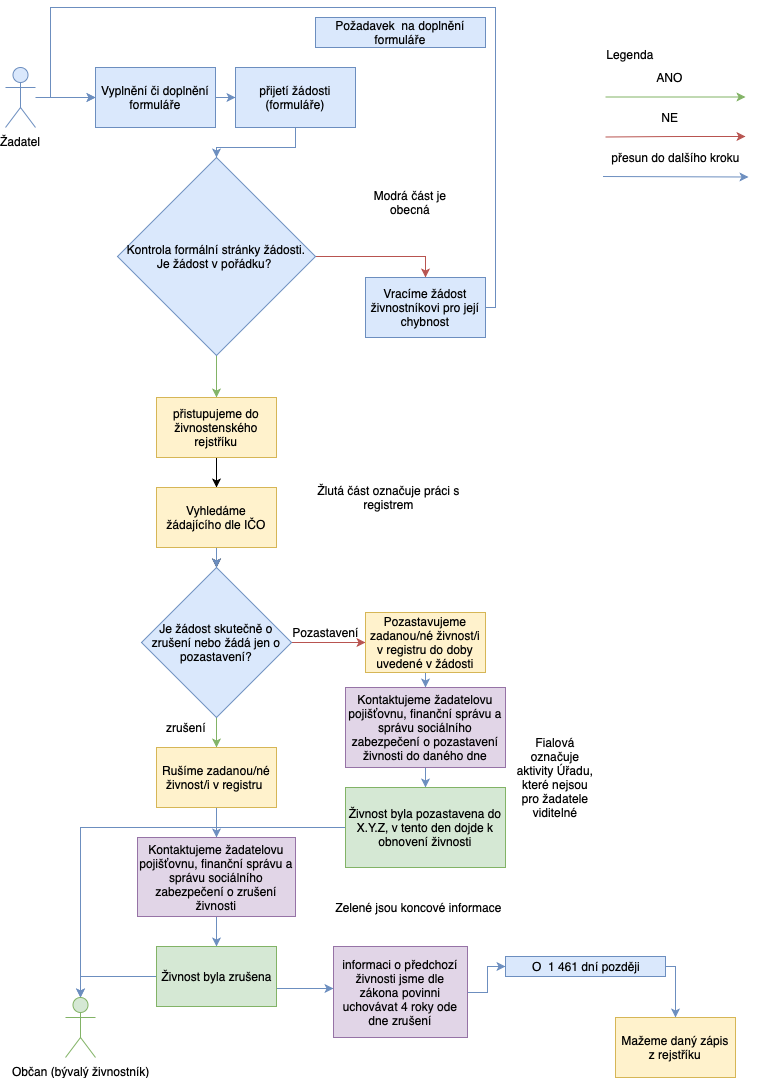
The draw.io diagram rušení zápisu v rejstříku na žádost živnostníka.png in ridlees/Zivnostensky_urad, before a commit. Source tidied: cells renumbered, new cells last; positions are measured from the earlier drawing's top-left corner, leaving out a move shared by most shapes. Its diagram source:
```xml
<mxGraphModel>
  <root>
    <mxCell id="0" />
    <mxCell id="1" parent="0" />
    <mxCell id="2" style="edgeStyle=orthogonalEdgeStyle;rounded=0;jettySize=auto;html=1;fillColor=#dae8fc;strokeColor=#6c8ebf;" parent="1" edge="1" source="3" target="6">
      <mxGeometry relative="1" as="geometry" />
    </mxCell>
    <mxCell id="3" value="přijetí žádosti (formuláře)" style="rounded=0;whiteSpace=wrap;html=1;fillColor=#dae8fc;strokeColor=#6c8ebf;" parent="1" vertex="1">
      <mxGeometry x="230" y="60" width="120" height="60" as="geometry" />
    </mxCell>
    <mxCell id="4" style="edgeStyle=orthogonalEdgeStyle;rounded=0;jettySize=auto;html=1;entryX=0.5;entryY=0;entryDx=0;entryDy=0;fillColor=#f8cecc;strokeColor=#b85450;" parent="1" edge="1" source="6" target="8">
      <mxGeometry relative="1" as="geometry" />
    </mxCell>
    <mxCell id="5" style="edgeStyle=orthogonalEdgeStyle;rounded=0;jettySize=auto;html=1;fillColor=#d5e8d4;strokeColor=#82b366;" parent="1" edge="1" source="6" target="13">
      <mxGeometry relative="1" as="geometry" />
    </mxCell>
    <mxCell id="6" value="Kontrola formální stránky žádosti. Je žádost v pořádku?&amp;nbsp;" style="rhombus;whiteSpace=wrap;html=1;fillColor=#dae8fc;strokeColor=#6c8ebf;" parent="1" vertex="1">
      <mxGeometry x="112" y="150" width="198" height="198" as="geometry" />
    </mxCell>
    <mxCell id="7" style="edgeStyle=orthogonalEdgeStyle;rounded=0;jettySize=auto;html=1;entryX=0;entryY=0.5;entryDx=0;entryDy=0;fillColor=#dae8fc;strokeColor=#6c8ebf;" parent="1" edge="1" source="8" target="42">
      <mxGeometry relative="1" as="geometry">
        <Array as="points">
          <mxPoint x="490" y="300" />
          <mxPoint x="490" />
          <mxPoint x="45" />
          <mxPoint x="45" y="90" />
        </Array>
      </mxGeometry>
    </mxCell>
    <mxCell id="8" value="Vracíme žádost živnostníkovi pro její chybnost" style="rounded=0;whiteSpace=wrap;html=1;fillColor=#dae8fc;strokeColor=#6c8ebf;" parent="1" vertex="1">
      <mxGeometry x="360" y="270" width="120" height="60" as="geometry" />
    </mxCell>
    <mxCell id="9" style="edgeStyle=orthogonalEdgeStyle;rounded=0;jettySize=auto;html=1;entryX=1;entryY=0.5;entryDx=0;entryDy=0;fillColor=#f8cecc;strokeColor=#b85450;" parent="1" edge="1" source="11" target="18">
      <mxGeometry relative="1" as="geometry" />
    </mxCell>
    <mxCell id="10" style="edgeStyle=orthogonalEdgeStyle;rounded=0;jettySize=auto;html=1;fillColor=#d5e8d4;strokeColor=#82b366;" parent="1" edge="1" source="11" target="28">
      <mxGeometry relative="1" as="geometry" />
    </mxCell>
    <mxCell id="11" value="Je žádost skutečně o zrušení nebo žádá jen o pozastavení?" style="rhombus;whiteSpace=wrap;html=1;direction=south;fillColor=#dae8fc;strokeColor=#6c8ebf;" parent="1" vertex="1">
      <mxGeometry x="136" y="560" width="150" height="150" as="geometry" />
    </mxCell>
    <mxCell id="12" style="edgeStyle=orthogonalEdgeStyle;rounded=0;jettySize=auto;html=1;" parent="1" edge="1" source="13" target="16">
      <mxGeometry relative="1" as="geometry" />
    </mxCell>
    <mxCell id="13" value="přistupujeme do živnostenského rejstříku" style="rounded=0;whiteSpace=wrap;html=1;fillColor=#fff2cc;strokeColor=#d6b656;" parent="1" vertex="1">
      <mxGeometry x="151" y="390" width="120" height="60" as="geometry" />
    </mxCell>
    <mxCell id="14" style="edgeStyle=orthogonalEdgeStyle;rounded=0;jettySize=auto;html=1;" parent="1" edge="1" source="16" target="11">
      <mxGeometry relative="1" as="geometry" />
    </mxCell>
    <mxCell id="15" style="edgeStyle=orthogonalEdgeStyle;rounded=0;jettySize=auto;html=1;fillColor=#dae8fc;strokeColor=#6c8ebf;" parent="1" edge="1" source="16" target="11">
      <mxGeometry relative="1" as="geometry" />
    </mxCell>
    <mxCell id="16" value="Vyhledáme žádajícího&amp;nbsp;dle IČO" style="rounded=0;whiteSpace=wrap;html=1;fillColor=#fff2cc;strokeColor=#d6b656;" parent="1" vertex="1">
      <mxGeometry x="151" y="480" width="120" height="60" as="geometry" />
    </mxCell>
    <mxCell id="17" style="edgeStyle=orthogonalEdgeStyle;rounded=0;jettySize=auto;html=1;fillColor=#dae8fc;strokeColor=#6c8ebf;" parent="1" edge="1" source="18" target="20">
      <mxGeometry relative="1" as="geometry" />
    </mxCell>
    <mxCell id="18" value="Pozastavujeme zadanou/né živnost/i v registru do doby uvedené v žádosti" style="rounded=0;whiteSpace=wrap;html=1;direction=west;fillColor=#fff2cc;strokeColor=#d6b656;" parent="1" vertex="1">
      <mxGeometry x="360" y="605" width="120" height="60" as="geometry" />
    </mxCell>
    <mxCell id="19" style="edgeStyle=orthogonalEdgeStyle;rounded=0;jettySize=auto;html=1;fillColor=#dae8fc;strokeColor=#6c8ebf;" parent="1" edge="1" source="20" target="24">
      <mxGeometry relative="1" as="geometry" />
    </mxCell>
    <mxCell id="20" value="Kontaktujeme žadatelovu pojišťovnu, finanční správu a správu sociálního zabezpečení o pozastavení živnosti do daného dne" style="rounded=0;whiteSpace=wrap;html=1;fillColor=#e1d5e7;strokeColor=#9673a6;" parent="1" vertex="1">
      <mxGeometry x="340" y="680" width="160" height="80" as="geometry" />
    </mxCell>
    <mxCell id="21" style="edgeStyle=orthogonalEdgeStyle;rounded=0;jettySize=auto;html=1;fillColor=#dae8fc;strokeColor=#6c8ebf;" parent="1" edge="1" source="22" target="42">
      <mxGeometry relative="1" as="geometry" />
    </mxCell>
    <mxCell id="22" value="Žadatel" style="shape=umlActor;verticalLabelPosition=bottom;labelBackgroundColor=#ffffff;verticalAlign=top;html=1;outlineConnect=0;fillColor=#dae8fc;strokeColor=#6c8ebf;" parent="1" vertex="1">
      <mxGeometry y="60" width="30" height="60" as="geometry" />
    </mxCell>
    <mxCell id="23" style="edgeStyle=orthogonalEdgeStyle;rounded=0;jettySize=auto;html=1;entryX=0.5;entryY=0;entryDx=0;entryDy=0;entryPerimeter=0;fillColor=#dae8fc;strokeColor=#6c8ebf;" parent="1" edge="1" source="24" target="40">
      <mxGeometry relative="1" as="geometry" />
    </mxCell>
    <mxCell id="24" value="Živnost byla pozastavena do X.Y.Z, v tento den dojde k obnovení živnosti" style="rounded=0;whiteSpace=wrap;html=1;fillColor=#d5e8d4;strokeColor=#82b366;" parent="1" vertex="1">
      <mxGeometry x="340" y="780" width="160" height="80" as="geometry" />
    </mxCell>
    <mxCell id="25" value="Požadavek &amp;nbsp;na doplnění formuláře" style="text;html=1;strokeColor=#6c8ebf;fillColor=#dae8fc;align=center;verticalAlign=middle;whiteSpace=wrap;rounded=0;" parent="1" vertex="1">
      <mxGeometry x="310" y="10" width="170" height="30" as="geometry" />
    </mxCell>
    <mxCell id="26" value="Pozastavení" style="text;html=1;strokeColor=none;fillColor=none;align=center;verticalAlign=middle;whiteSpace=wrap;rounded=0;" parent="1" vertex="1">
      <mxGeometry x="300" y="615" width="40" height="20" as="geometry" />
    </mxCell>
    <mxCell id="27" style="edgeStyle=orthogonalEdgeStyle;rounded=0;jettySize=auto;html=1;fillColor=#dae8fc;strokeColor=#6c8ebf;" parent="1" edge="1" source="28" target="31">
      <mxGeometry relative="1" as="geometry" />
    </mxCell>
    <mxCell id="28" value="Rušíme zadanou/né živnost/i v registru&amp;nbsp;" style="rounded=0;whiteSpace=wrap;html=1;fillColor=#fff2cc;strokeColor=#d6b656;" parent="1" vertex="1">
      <mxGeometry x="151" y="740" width="120" height="60" as="geometry" />
    </mxCell>
    <mxCell id="29" value="zrušení" style="text;html=1;strokeColor=none;fillColor=none;align=center;verticalAlign=middle;whiteSpace=wrap;rounded=0;" parent="1" vertex="1">
      <mxGeometry x="160" y="710" width="40" height="20" as="geometry" />
    </mxCell>
    <mxCell id="30" style="edgeStyle=orthogonalEdgeStyle;rounded=0;jettySize=auto;html=1;fillColor=#dae8fc;strokeColor=#6c8ebf;" parent="1" edge="1" source="31" target="39">
      <mxGeometry relative="1" as="geometry" />
    </mxCell>
    <mxCell id="31" value="&lt;span style=&quot;white-space: normal&quot;&gt;Kontaktujeme žadatelovu pojišťovnu, finanční správu a správu sociálního zabezpečení o zrušení živnosti&lt;/span&gt;" style="rounded=0;whiteSpace=wrap;html=1;fillColor=#e1d5e7;strokeColor=#9673a6;" parent="1" vertex="1">
      <mxGeometry x="132" y="830" width="158" height="79" as="geometry" />
    </mxCell>
    <mxCell id="32" style="edgeStyle=orthogonalEdgeStyle;rounded=0;jettySize=auto;html=1;fillColor=#dae8fc;strokeColor=#6c8ebf;" parent="1" edge="1" source="33" target="36">
      <mxGeometry relative="1" as="geometry" />
    </mxCell>
    <mxCell id="33" value="informaci o předchozí živnosti jsme dle zákona povinni uchovávat 4 roky ode dne zrušení" style="rounded=0;whiteSpace=wrap;html=1;fillColor=#e1d5e7;strokeColor=#9673a6;" parent="1" vertex="1">
      <mxGeometry x="328" y="939" width="134" height="91" as="geometry" />
    </mxCell>
    <mxCell id="34" value="Mažeme daný zápis z rejstříku" style="rounded=0;whiteSpace=wrap;html=1;fillColor=#fff2cc;strokeColor=#d6b656;" parent="1" vertex="1">
      <mxGeometry x="610" y="1010" width="120" height="60" as="geometry" />
    </mxCell>
    <mxCell id="35" style="edgeStyle=orthogonalEdgeStyle;rounded=0;jettySize=auto;html=1;fillColor=#dae8fc;strokeColor=#6c8ebf;" parent="1" edge="1" source="36" target="34">
      <mxGeometry relative="1" as="geometry">
        <Array as="points">
          <mxPoint x="670" y="959" />
        </Array>
      </mxGeometry>
    </mxCell>
    <mxCell id="36" value="O &amp;nbsp;1 461 dní později" style="text;html=1;strokeColor=#6c8ebf;fillColor=#dae8fc;align=center;verticalAlign=middle;whiteSpace=wrap;rounded=0;" parent="1" vertex="1">
      <mxGeometry x="500" y="949" width="160" height="20" as="geometry" />
    </mxCell>
    <mxCell id="37" style="edgeStyle=orthogonalEdgeStyle;rounded=0;jettySize=auto;html=1;fillColor=#dae8fc;strokeColor=#6c8ebf;" parent="1" edge="1" source="39" target="33">
      <mxGeometry relative="1" as="geometry">
        <Array as="points">
          <mxPoint x="300" y="981" />
          <mxPoint x="300" y="981" />
        </Array>
      </mxGeometry>
    </mxCell>
    <mxCell id="38" style="edgeStyle=orthogonalEdgeStyle;rounded=0;jettySize=auto;html=1;entryX=0.5;entryY=0;entryDx=0;entryDy=0;entryPerimeter=0;fillColor=#dae8fc;strokeColor=#6c8ebf;" parent="1" edge="1" source="39" target="40">
      <mxGeometry relative="1" as="geometry" />
    </mxCell>
    <mxCell id="39" value="Živnost byla zrušena" style="rounded=0;whiteSpace=wrap;html=1;fillColor=#d5e8d4;strokeColor=#82b366;" parent="1" vertex="1">
      <mxGeometry x="151" y="939" width="120" height="60" as="geometry" />
    </mxCell>
    <mxCell id="40" value="Občan (bývalý živnostník)" style="shape=umlActor;verticalLabelPosition=bottom;labelBackgroundColor=#ffffff;verticalAlign=top;html=1;outlineConnect=0;fillColor=#d5e8d4;strokeColor=#82b366;" parent="1" vertex="1">
      <mxGeometry x="60" y="990" width="30" height="60" as="geometry" />
    </mxCell>
    <mxCell id="41" style="edgeStyle=orthogonalEdgeStyle;rounded=0;jettySize=auto;html=1;fillColor=#dae8fc;strokeColor=#6c8ebf;" parent="1" edge="1" source="42" target="3">
      <mxGeometry relative="1" as="geometry" />
    </mxCell>
    <mxCell id="42" value="Vyplnění či doplnění formuláře" style="rounded=0;whiteSpace=wrap;html=1;fillColor=#dae8fc;strokeColor=#6c8ebf;" parent="1" vertex="1">
      <mxGeometry x="90" y="60" width="120" height="60" as="geometry" />
    </mxCell>
    <mxCell id="43" value="Modrá část je obecná" style="text;html=1;strokeColor=none;fillColor=none;align=center;verticalAlign=middle;whiteSpace=wrap;rounded=0;" parent="1" vertex="1">
      <mxGeometry x="355" y="170" width="100" height="50" as="geometry" />
    </mxCell>
    <mxCell id="44" value="Žlutá část označuje práci s registrem" style="text;html=1;strokeColor=none;fillColor=none;align=center;verticalAlign=middle;whiteSpace=wrap;rounded=0;" parent="1" vertex="1">
      <mxGeometry x="286" y="440" width="195" height="100" as="geometry" />
    </mxCell>
    <mxCell id="45" value="Fialová označuje aktivity Úřadu, které nejsou pro žadatele viditelné" style="text;html=1;strokeColor=none;fillColor=none;align=center;verticalAlign=middle;whiteSpace=wrap;rounded=0;direction=south;" parent="1" vertex="1">
      <mxGeometry x="510" y="690" width="80" height="160" as="geometry" />
    </mxCell>
    <mxCell id="46" value="Zelené jsou koncové informace" style="text;html=1;strokeColor=none;fillColor=none;align=center;verticalAlign=middle;whiteSpace=wrap;rounded=0;" parent="1" vertex="1">
      <mxGeometry x="290" y="889.5" width="246" height="20" as="geometry" />
    </mxCell>
    <mxCell id="47" style="endArrow=classic;html=1;fillColor=#d5e8d4;strokeColor=#82b366;" parent="1" edge="1">
      <mxGeometry relative="1" as="geometry">
        <mxPoint x="600" y="89.5" as="sourcePoint" />
        <mxPoint x="740" y="89.5" as="targetPoint" />
      </mxGeometry>
    </mxCell>
    <mxCell id="48" style="endArrow=classic;html=1;fillColor=#f8cecc;strokeColor=#b85450;" parent="1" edge="1">
      <mxGeometry relative="1" as="geometry">
        <mxPoint x="600" y="129.5" as="sourcePoint" />
        <mxPoint x="740" y="129" as="targetPoint" />
        <Array as="points">
          <mxPoint x="670" y="129" />
        </Array>
      </mxGeometry>
    </mxCell>
    <mxCell id="49" value="ANO" style="text;html=1;strokeColor=none;fillColor=none;align=center;verticalAlign=middle;whiteSpace=wrap;rounded=0;" parent="1" vertex="1">
      <mxGeometry x="644" y="59.5" width="40" height="20" as="geometry" />
    </mxCell>
    <mxCell id="50" value="NE" style="text;html=1;strokeColor=none;fillColor=none;align=center;verticalAlign=middle;whiteSpace=wrap;rounded=0;" parent="1" vertex="1">
      <mxGeometry x="644.5" y="99.5" width="40" height="20" as="geometry" />
    </mxCell>
    <mxCell id="51" style="endArrow=classic;html=1;fillColor=#dae8fc;strokeColor=#6c8ebf;" parent="1" edge="1">
      <mxGeometry relative="1" as="geometry">
        <mxPoint x="597.5" y="169" as="sourcePoint" />
        <mxPoint x="743" y="169.5" as="targetPoint" />
      </mxGeometry>
    </mxCell>
    <mxCell id="52" value="přesun do dalšího kroku" style="text;html=1;strokeColor=none;fillColor=none;align=center;verticalAlign=middle;whiteSpace=wrap;rounded=0;" parent="1" vertex="1">
      <mxGeometry x="590" y="139.5" width="160" height="20" as="geometry" />
    </mxCell>
    <mxCell id="53" value="Legenda" style="text;html=1;strokeColor=none;fillColor=none;align=center;verticalAlign=middle;whiteSpace=wrap;rounded=0;" parent="1" vertex="1">
      <mxGeometry x="604" y="37" width="40" height="20" as="geometry" />
    </mxCell>
  </root>
</mxGraphModel>
```
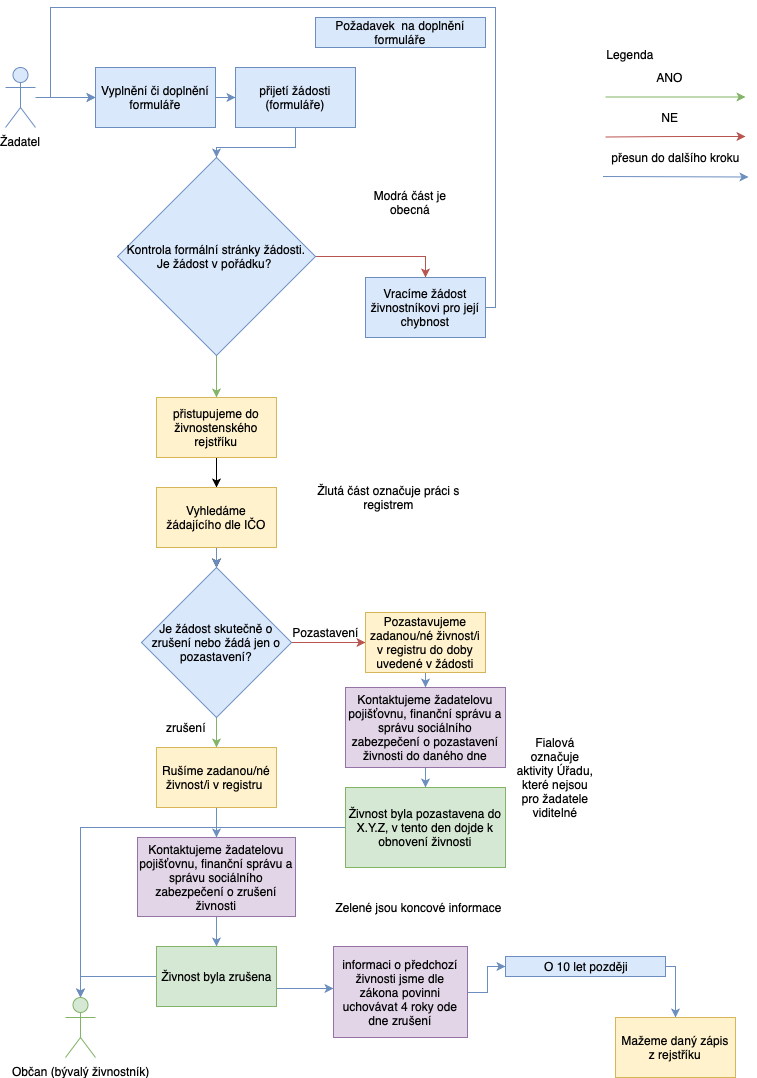
The same diagram one commit later.

What changed in the source:
```diff
@@ -115,7 +115,7 @@
         </Array>
       </mxGeometry>
     </mxCell>
-    <mxCell id="36" value="O &amp;nbsp;1 461 dní později" style="text;html=1;strokeColor=#6c8ebf;fillColor=#dae8fc;align=center;verticalAlign=middle;whiteSpace=wrap;rounded=0;" parent="1" vertex="1">
+    <mxCell id="36" value="O 10 let později" style="text;html=1;strokeColor=#6c8ebf;fillColor=#dae8fc;align=center;verticalAlign=middle;whiteSpace=wrap;rounded=0;" parent="1" vertex="1">
       <mxGeometry x="500" y="949" width="160" height="20" as="geometry" />
     </mxCell>
     <mxCell id="37" style="edgeStyle=orthogonalEdgeStyle;rounded=0;jettySize=auto;html=1;fillColor=#dae8fc;strokeColor=#6c8ebf;" parent="1" edge="1" source="39" target="33">
```
